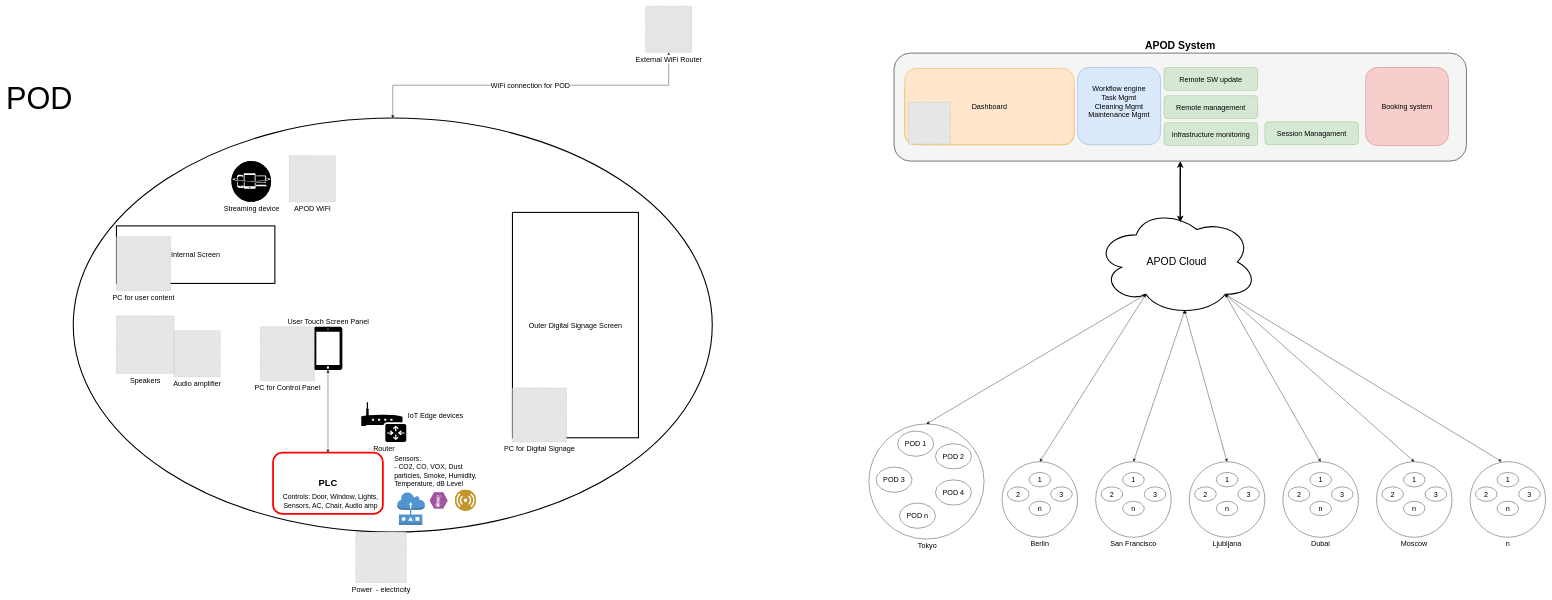
Above: AIRPOD_Diagram.drawio in matevz-dev/Airpod (draw.io), before the change. Source tidied: cells renumbered, new cells numbered last; positions are measured from the earlier drawing's top-left corner, leaving out a move shared by most shapes. Both pictures are drawn from the tidied source at 36%, with x=0, y=0 at pixel (73, 6). Pictures stored in the file or linked from it are replaced by grey dashed boxes.
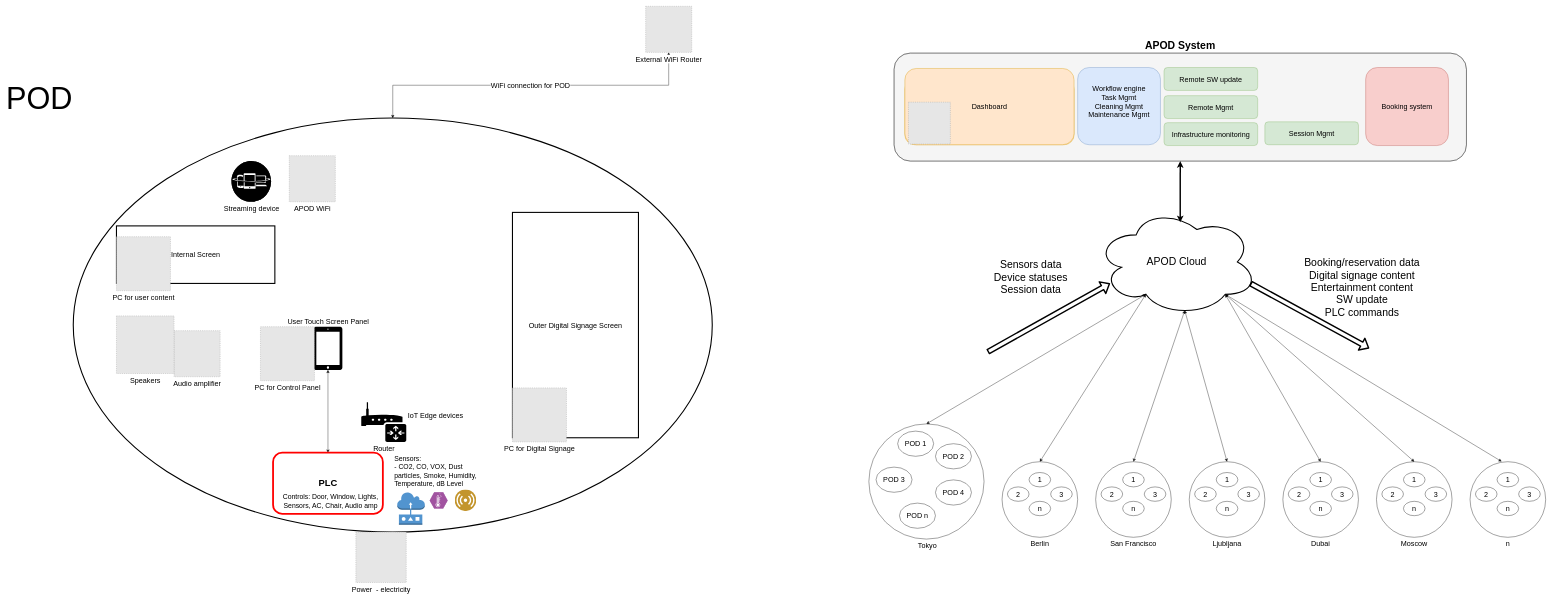
The same page after the edit.

The change refers to these unchanged cells:
```xml
<mxCell id="77" style="group;fillColor=#f5f5f5;strokeColor=#666666;fontColor=#333333;rounded=1;" parent="1" vertex="1">
  <mxGeometry x="2280" y="130" width="1590" height="300" as="geometry" />
</mxCell>
```

Diff of the diagram source:
```diff
@@
-    <mxCell id="83" value="Remote management" style="rounded=1;whiteSpace=wrap;html=1;sketch=0;strokeWidth=1;fontSize=20;align=center;fillColor=#d5e8d4;strokeColor=#82b366;" parent="77" vertex="1">
+    <mxCell id="83" value="Remote Mgmt" style="rounded=1;whiteSpace=wrap;html=1;sketch=0;strokeWidth=1;fontSize=20;align=center;fillColor=#d5e8d4;strokeColor=#82b366;" parent="77" vertex="1">
       <mxGeometry x="750" y="118.2" width="260" height="63.6" as="geometry" />
     </mxCell>
@@
-    <mxCell id="87" value="Session Managament" style="rounded=1;whiteSpace=wrap;html=1;sketch=0;strokeWidth=1;fontSize=20;align=center;fillColor=#d5e8d4;strokeColor=#82b366;" parent="77" vertex="1">
+    <mxCell id="87" value="Session Mgmt" style="rounded=1;whiteSpace=wrap;html=1;sketch=0;strokeWidth=1;fontSize=20;align=center;fillColor=#d5e8d4;strokeColor=#82b366;" parent="77" vertex="1">
       <mxGeometry x="1030" y="190.9" width="260" height="63.6" as="geometry" />
     </mxCell>
+    <mxCell id="88" value="&lt;div&gt;Sensors data&lt;/div&gt;&lt;div&gt;Device statuses&lt;br&gt;&lt;/div&gt;&lt;div&gt;Session data&lt;/div&gt;&lt;div&gt;&lt;br&gt;&lt;/div&gt;" style="text;html=1;strokeColor=none;fillColor=none;align=center;verticalAlign=middle;whiteSpace=wrap;rounded=0;sketch=0;fontSize=29;fontColor=#000000;" parent="1" vertex="1">
+      <mxGeometry x="2530" y="710" width="260" height="120" as="geometry" />
+    </mxCell>
+    <mxCell id="89" value="&lt;div&gt;Booking/reservation data&lt;/div&gt;&lt;div&gt;Digital signage content&lt;/div&gt;&lt;div&gt;Entertainment content&lt;/div&gt;&lt;div&gt;SW update&lt;/div&gt;&lt;div&gt;PLC commands&lt;br&gt;&lt;/div&gt;&lt;div&gt;&lt;br&gt;&lt;/div&gt;&lt;div&gt;&lt;br&gt;&lt;/div&gt;" style="text;html=1;strokeColor=none;fillColor=none;align=center;verticalAlign=middle;whiteSpace=wrap;rounded=0;sketch=0;fontSize=29;fontColor=#000000;" parent="1" vertex="1">
+      <mxGeometry x="3410" y="731" width="340" height="170" as="geometry" />
+    </mxCell>
+    <mxCell id="90" style="shape=flexArrow;endArrow=classic;html=1;strokeWidth=4;fontSize=29;fontColor=#000000;" parent="1" edge="1">
+      <mxGeometry relative="1" as="geometry">
+        <mxPoint x="2540" y="960" as="sourcePoint" />
+        <mxPoint x="2880" y="769.8" as="targetPoint" />
+      </mxGeometry>
+    </mxCell>
+    <mxCell id="91" style="shape=flexArrow;endArrow=classic;html=1;strokeWidth=4;fontSize=29;fontColor=#000000;" parent="1" edge="1">
+      <mxGeometry relative="1" as="geometry">
+        <mxPoint x="3270" y="769.8" as="sourcePoint" />
+        <mxPoint x="3600" y="950" as="targetPoint" />
+      </mxGeometry>
+    </mxCell>
```
